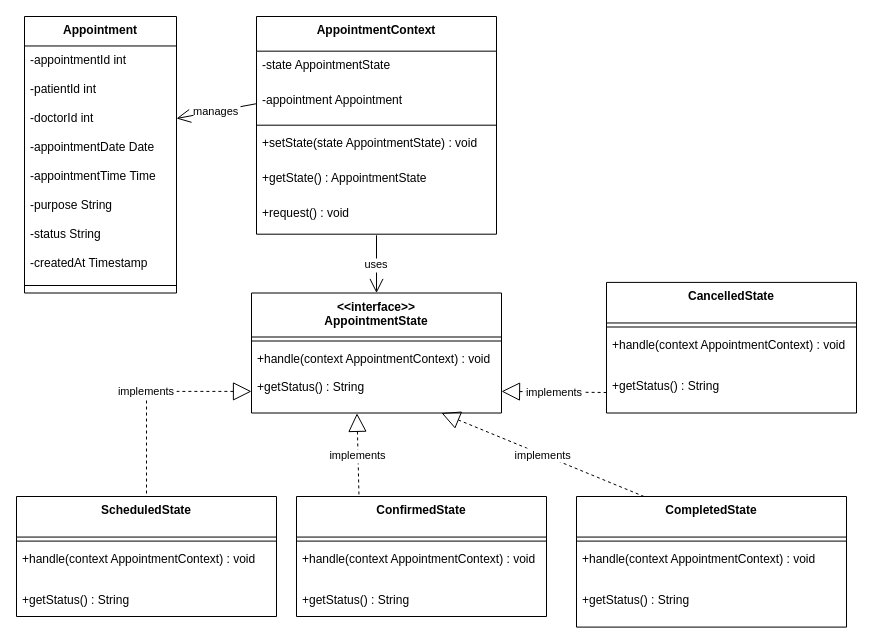
This is uml/State.drawio from TAAgnes3110/DesignPatterns, a draw.io file, before an edit. Source tidied: cells renumbered, new cells numbered last; positions are measured from the earlier drawing's top-left corner, leaving out a move shared by most shapes. Both pictures are drawn from the tidied source at 100%, with x=0, y=0 at pixel (16, 16).
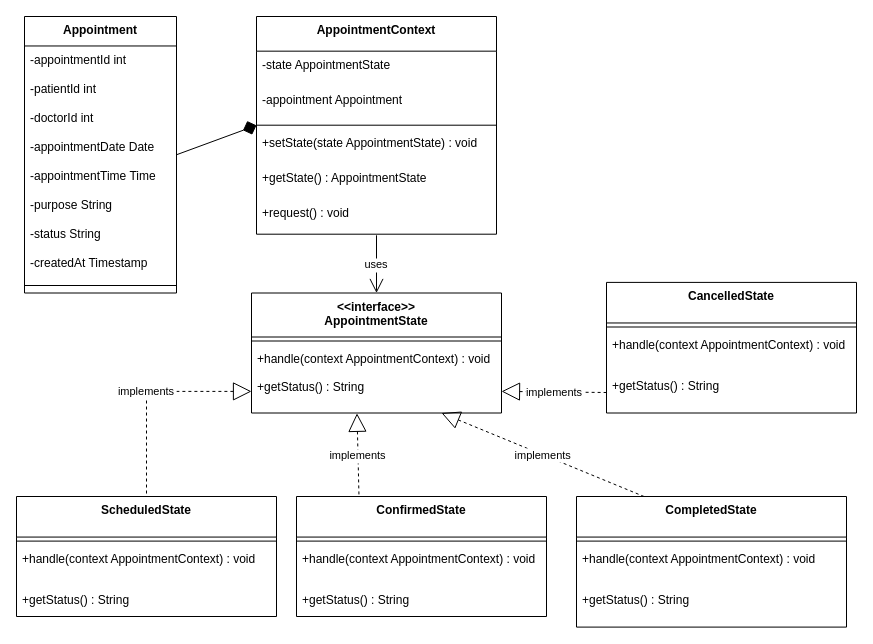
The same diagram, later.

Unchanged cells that the change refers to:
```xml
<mxCell id="2" value="Appointment" style="swimlane;fontStyle=1;align=center;verticalAlign=top;horizontal=1;startSize=29.473684210526315;" parent="1" vertex="1">
  <mxGeometry x="8" width="152" height="276.5" as="geometry" />
</mxCell>
<mxCell id="5" value="-doctorId int" style="text;strokeColor=none;fillColor=none;align=left;verticalAlign=top;spacingLeft=4;spacingRight=4;overflow=hidden;points=[[0,0.5],[1,0.5]];portConstraint=eastwest;" parent="2" vertex="1">
  <mxGeometry y="87.5" width="152" height="29" as="geometry" />
</mxCell>
<mxCell id="32" value="AppointmentContext" style="swimlane;fontStyle=1;align=center;verticalAlign=top;horizontal=1;startSize=34.666666666666664;" parent="1" vertex="1">
  <mxGeometry x="240" width="240" height="217.7" as="geometry" />
</mxCell>
<mxCell id="34" value="-appointment Appointment" style="text;strokeColor=none;fillColor=none;align=left;verticalAlign=top;spacingLeft=4;spacingRight=4;overflow=hidden;points=[[0,0.5],[1,0.5]];portConstraint=eastwest;" parent="32" vertex="1">
  <mxGeometry y="69.7" width="240" height="35" as="geometry" />
</mxCell>
```

What changed in the source:
```diff
@@
-    <mxCell id="44" value="manages" style="startArrow=none;endArrow=open;endSize=12;exitX=0;exitY=0.5;rounded=0;exitDx=0;exitDy=0;entryX=1;entryY=0.5;entryDx=0;entryDy=0;" parent="1" edge="1" source="34" target="5">
-      <mxGeometry relative="1" as="geometry" />
-    </mxCell>
+    <mxCell id="45" style="startArrow=diamond;startSize=12;startFill=1;endArrow=none;exitX=0;exitY=0.5;entryX=1;entryY=0.5;rounded=0;exitDx=0;exitDy=0;entryDx=0;entryDy=0;" parent="1" edge="1" source="32" target="2">
+      <mxGeometry relative="1" as="geometry" />
+    </mxCell>
```
